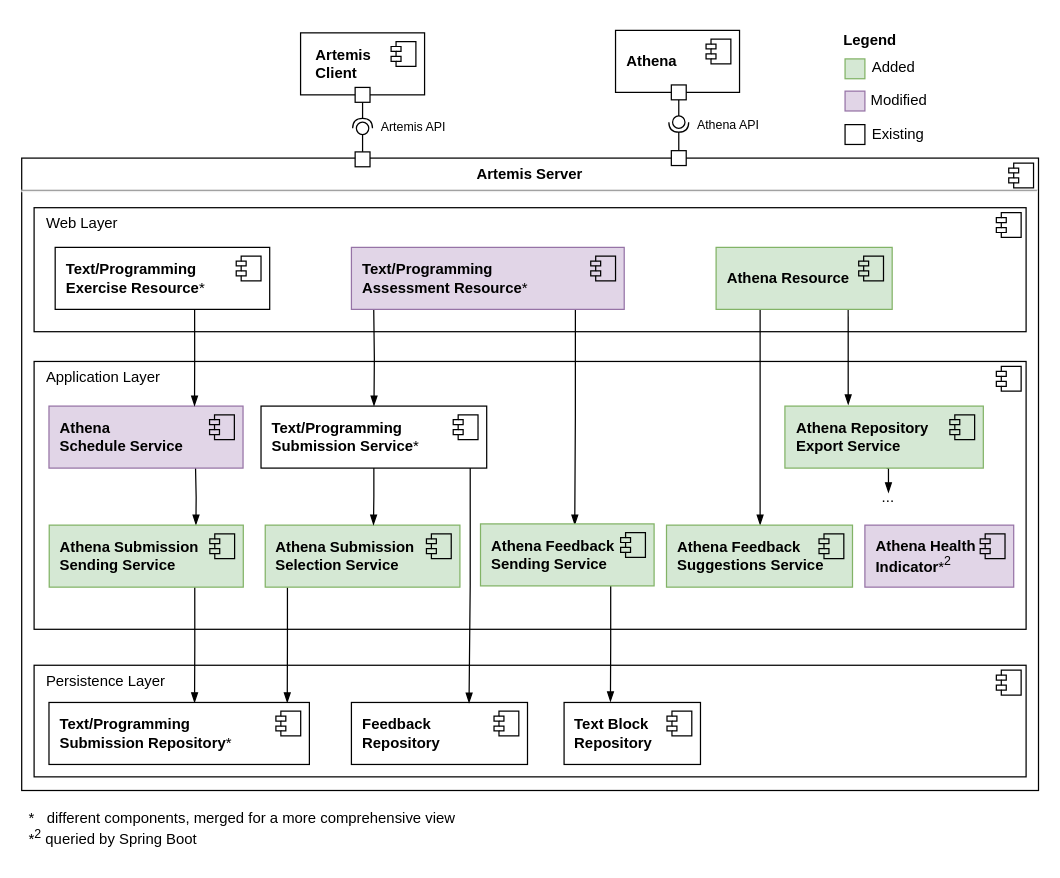
pal03377/master-thesis keeps this draw.io diagram as page "artemis-server" (5 of 10) of figures/src/subsystem-decomposition.drawio. Above is the earlier version. Source tidied: cells renumbered, new cells numbered last; positions are measured from the earlier drawing's top-left corner, leaving out a move shared by most shapes. Both pictures are drawn from the tidied source at 124%, with x=0, y=0 at pixel (21, 21).
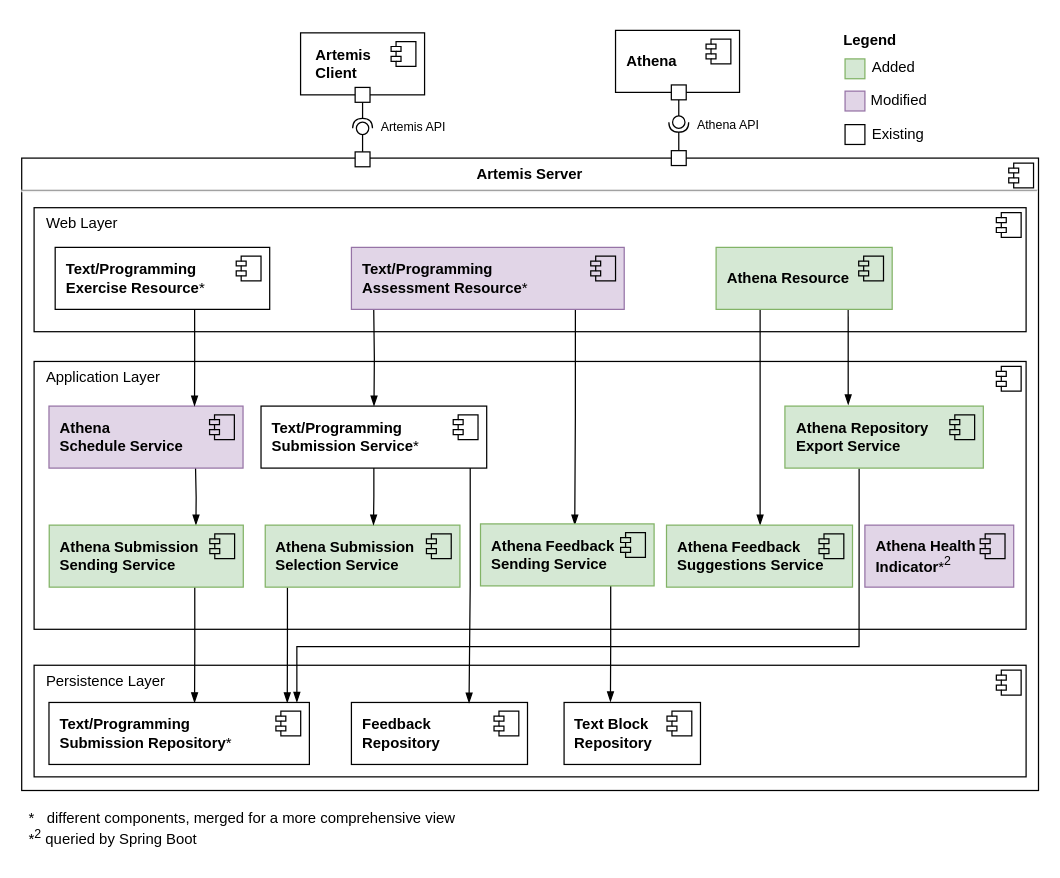
After the change.

The change refers to these unchanged cells:
```xml
<mxCell id="50" value="&lt;b&gt;Text/Programming&lt;br&gt;Submission Repository&lt;/b&gt;*" style="html=1;whiteSpace=wrap;align=left;spacingLeft=7;" parent="1" vertex="1">
  <mxGeometry x="22" y="549" width="210" height="50" as="geometry" />
</mxCell>
<mxCell id="73" value="&lt;b&gt;Athena Repository&lt;br&gt;Export Service&lt;br&gt;&lt;/b&gt;" style="html=1;whiteSpace=wrap;align=left;spacingLeft=7;fillColor=#d5e8d4;strokeColor=#82b366;" parent="1" vertex="1">
  <mxGeometry x="615.5" y="310" width="160" height="50" as="geometry" />
</mxCell>
```

Diff of the diagram source:
```diff
@@
-    <mxCell id="72" style="edgeStyle=orthogonalEdgeStyle;rounded=0;orthogonalLoop=1;jettySize=auto;html=1;exitX=0.5;exitY=1;exitDx=0;exitDy=0;endArrow=blockThin;endFill=1;" parent="1" edge="1">
+    <mxCell id="72" style="edgeStyle=orthogonalEdgeStyle;rounded=0;jettySize=auto;html=1;exitX=0.374;exitY=1.006;exitDx=0;exitDy=0;endArrow=blockThin;endFill=1;entryX=0.952;entryY=0.001;entryDx=0;entryDy=0;entryPerimeter=0;exitPerimeter=0;" parent="1" edge="1" source="73" target="50">
       <mxGeometry relative="1" as="geometry">
-        <mxPoint x="697.5" y="360" as="sourcePoint" />
-        <mxPoint x="699" y="380" as="targetPoint" />
+        <Array as="points">
+          <mxPoint x="675" y="504" />
+          <mxPoint x="222" y="504" />
+        </Array>
       </mxGeometry>
     </mxCell>
@@
-    <mxCell id="75" value="..." style="text;html=1;strokeColor=none;fillColor=none;align=center;verticalAlign=middle;whiteSpace=wrap;rounded=0;" parent="1" vertex="1">
-      <mxGeometry x="668.5" y="369" width="60" height="30" as="geometry" />
-    </mxCell>
```
